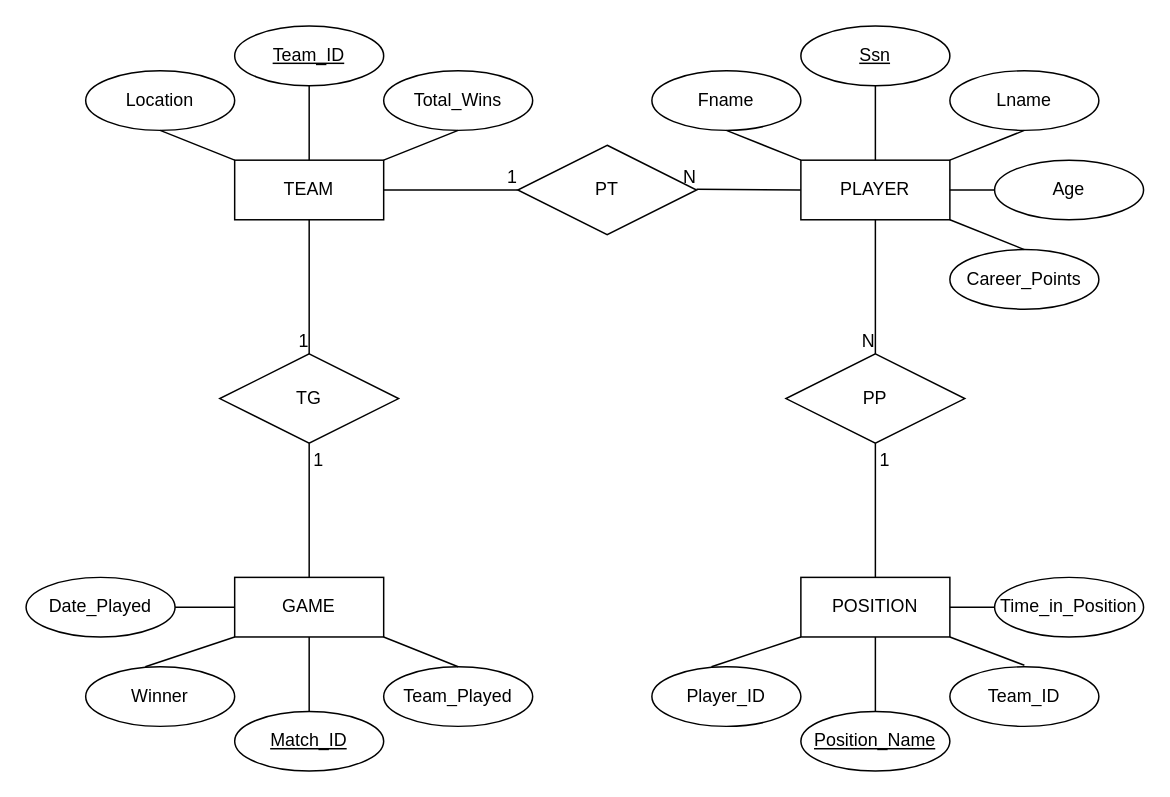
The draw.io diagram Untitled Diagram.drawio in JarredFoley/Final-Project-CMS, before the edit. Source tidied: cells renumbered, new cells numbered last; positions are measured from the earlier drawing's top-left corner, leaving out a move shared by most shapes. Both pictures are drawn from the tidied source at 149%, with x=0, y=0 at pixel (25, 25).
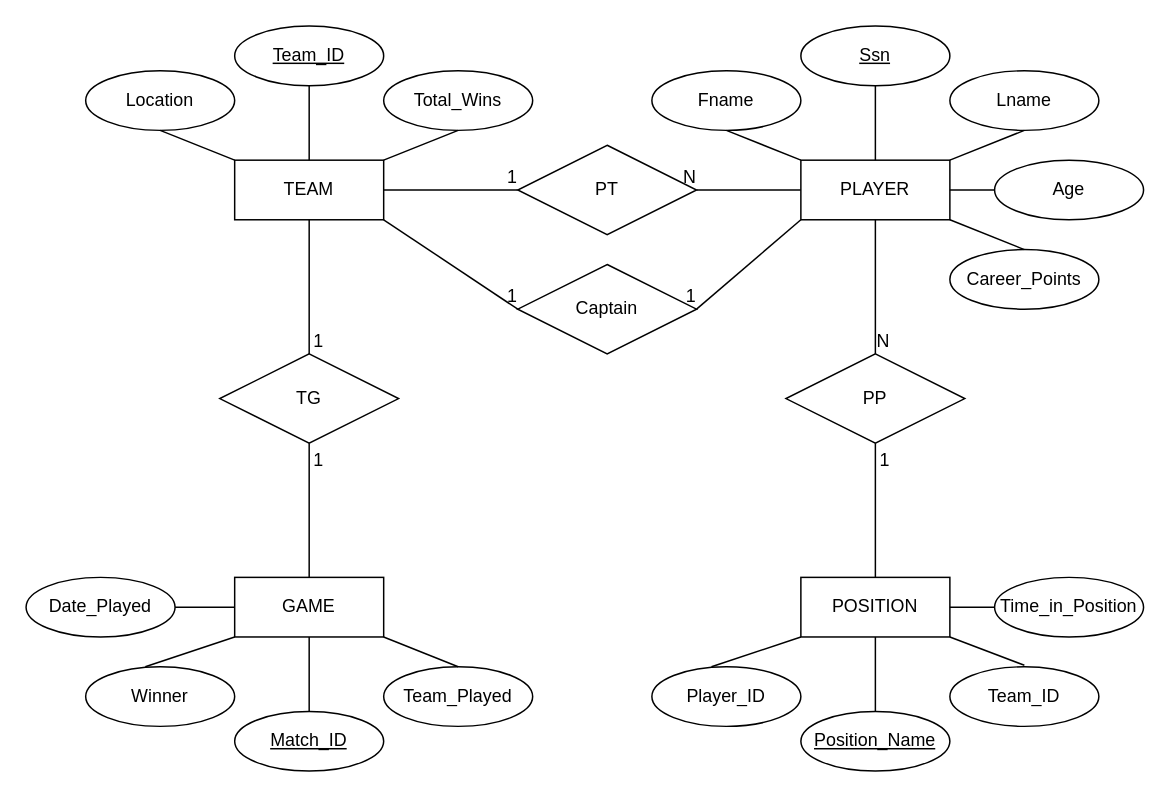
The same diagram, later.

Unchanged cells that the change refers to:
```xml
<mxCell id="3" value="PLAYER" style="whiteSpace=wrap;html=1;align=center;" parent="1" vertex="1">
  <mxGeometry x="520" y="90" width="100" height="40" as="geometry" />
</mxCell>
<mxCell id="7" value="PT" style="shape=rhombus;perimeter=rhombusPerimeter;whiteSpace=wrap;html=1;align=center;" parent="1" vertex="1">
  <mxGeometry x="330" y="80" width="120" height="60" as="geometry" />
</mxCell>
<mxCell id="45" style="endArrow=none;html=1;rounded=0;" parent="1" edge="1" target="8">
  <mxGeometry relative="1" as="geometry">
    <mxPoint x="570" y="130" as="sourcePoint" />
  </mxGeometry>
</mxCell>
<mxCell id="49" style="endArrow=none;html=1;rounded=0;" parent="1" edge="1" source="2">
  <mxGeometry relative="1" as="geometry">
    <mxPoint x="190" y="220" as="targetPoint" />
  </mxGeometry>
</mxCell>
```

Diff of the diagram source:
```diff
@@
-    <mxCell id="43" style="endArrow=none;html=1;rounded=0;exitX=0;exitY=0.5;exitDx=0;exitDy=0;" parent="1" edge="1" source="3">
-      <mxGeometry relative="1" as="geometry">
-        <mxPoint x="450" y="109.5" as="targetPoint" />
-      </mxGeometry>
+    <mxCell id="43" style="endArrow=none;html=1;rounded=0;exitX=0;exitY=0.5;exitDx=0;exitDy=0;entryX=1;entryY=0.5;entryDx=0;entryDy=0;" parent="1" edge="1" source="3" target="7">
+      <mxGeometry relative="1" as="geometry" />
     </mxCell>
@@
     <mxCell id="46" value="N" style="html=1;align=right;verticalAlign=bottom;" parent="45" vertex="1">
-      <mxGeometry x="1" relative="1" as="geometry" />
+      <mxGeometry x="1" relative="1" as="geometry">
+        <mxPoint x="10" as="offset" />
+      </mxGeometry>
     </mxCell>
@@
     <mxCell id="50" value="1" style="html=1;align=right;verticalAlign=bottom;" parent="49" vertex="1">
-      <mxGeometry x="1" relative="1" as="geometry" />
+      <mxGeometry x="1" relative="1" as="geometry">
+        <mxPoint x="10" as="offset" />
+      </mxGeometry>
     </mxCell>
@@
+    <mxCell id="53" value="Captain" style="shape=rhombus;perimeter=rhombusPerimeter;whiteSpace=wrap;html=1;align=center;" parent="1" vertex="1">
+      <mxGeometry x="330" y="160" width="120" height="60" as="geometry" />
+    </mxCell>
+    <mxCell id="54" style="endArrow=none;html=1;rounded=0;entryX=0;entryY=0.5;entryDx=0;entryDy=0;" parent="1" edge="1" target="53">
+      <mxGeometry relative="1" as="geometry">
+        <mxPoint x="240" y="130" as="sourcePoint" />
+      </mxGeometry>
+    </mxCell>
+    <mxCell id="55" value="1" style="html=1;align=right;verticalAlign=bottom;" parent="54" vertex="1">
+      <mxGeometry x="1" relative="1" as="geometry" />
+    </mxCell>
+    <mxCell id="56" style="endArrow=none;html=1;rounded=0;entryX=1;entryY=0.5;entryDx=0;entryDy=0;" parent="1" edge="1" target="53">
+      <mxGeometry relative="1" as="geometry">
+        <mxPoint x="520" y="130" as="sourcePoint" />
+      </mxGeometry>
+    </mxCell>
+    <mxCell id="57" value="1" style="html=1;align=right;verticalAlign=bottom;" parent="56" vertex="1">
+      <mxGeometry x="1" relative="1" as="geometry" />
+    </mxCell>
```
